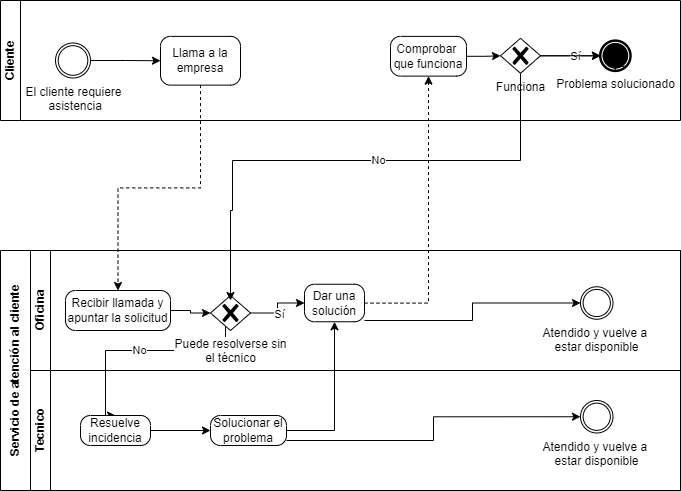
Before: BPMN/BPMN_AtencionAlCliente.drawio.png, a diagram exported from draw.io (luciarinconpozo/Cibercafe). Source tidied: cells renumbered, new cells last; positions are measured from the earlier drawing's top-left corner, leaving out a move shared by most shapes. Source of this version:
```xml
<mxGraphModel>
  <root>
    <mxCell id="0" />
    <mxCell id="1" parent="0" />
    <mxCell id="2" value="Cliente" style="swimlane;startSize=20;horizontal=0;html=1;whiteSpace=wrap;" parent="1" vertex="1">
      <mxGeometry width="680" height="120" as="geometry" />
    </mxCell>
    <mxCell id="3" value="El cliente requiere&lt;div&gt;&amp;nbsp;asistencia&lt;/div&gt;" style="points=[[0.145,0.145,0],[0.5,0,0],[0.855,0.145,0],[1,0.5,0],[0.855,0.855,0],[0.5,1,0],[0.145,0.855,0],[0,0.5,0]];shape=mxgraph.bpmn.event;html=1;verticalLabelPosition=bottom;labelBackgroundColor=#ffffff;verticalAlign=top;align=center;perimeter=ellipsePerimeter;outlineConnect=0;outline=throwing;symbol=general;" parent="2" vertex="1">
      <mxGeometry x="55" y="42.5" width="35" height="35" as="geometry" />
    </mxCell>
    <mxCell id="4" value="Llama a la empresa" style="points=[[0.25,0,0],[0.5,0,0],[0.75,0,0],[1,0.25,0],[1,0.5,0],[1,0.75,0],[0.75,1,0],[0.5,1,0],[0.25,1,0],[0,0.75,0],[0,0.5,0],[0,0.25,0]];shape=mxgraph.bpmn.task;whiteSpace=wrap;rectStyle=rounded;size=10;html=1;taskMarker=abstract;" parent="2" vertex="1">
      <mxGeometry x="160" y="35.9" width="80" height="48.8" as="geometry" />
    </mxCell>
    <mxCell id="5" style="edgeStyle=orthogonalEdgeStyle;rounded=0;jettySize=auto;html=1;entryX=0;entryY=0.5;entryDx=0;entryDy=0;entryPerimeter=0;" parent="2" edge="1" source="3" target="4">
      <mxGeometry relative="1" as="geometry" />
    </mxCell>
    <mxCell id="6" value="Comprobar&amp;nbsp; que funciona" style="points=[[0.25,0,0],[0.5,0,0],[0.75,0,0],[1,0.25,0],[1,0.5,0],[1,0.75,0],[0.75,1,0],[0.5,1,0],[0.25,1,0],[0,0.75,0],[0,0.5,0],[0,0.25,0]];shape=mxgraph.bpmn.task;whiteSpace=wrap;rectStyle=rounded;size=10;html=1;taskMarker=abstract;" parent="2" vertex="1">
      <mxGeometry x="390" y="35.9" width="76" height="39.7" as="geometry" />
    </mxCell>
    <mxCell id="7" style="edgeStyle=orthogonalEdgeStyle;rounded=0;jettySize=auto;html=1;" parent="2" edge="1" source="9" target="10">
      <mxGeometry relative="1" as="geometry" />
    </mxCell>
    <mxCell id="8" value="Sí" style="edgeLabel;html=1;align=center;verticalAlign=middle;" parent="7" vertex="1">
      <mxGeometry x="0.17" relative="1" as="geometry" />
    </mxCell>
    <mxCell id="9" value="Funciona" style="points=[[0.25,0.25,0],[0.5,0,0],[0.75,0.25,0],[1,0.5,0],[0.75,0.75,0],[0.5,1,0],[0.25,0.75,0],[0,0.5,0]];shape=mxgraph.bpmn.gateway2;html=1;verticalLabelPosition=bottom;labelBackgroundColor=#ffffff;verticalAlign=top;align=center;perimeter=rhombusPerimeter;outlineConnect=0;outline=none;symbol=none;gwType=exclusive;" parent="2" vertex="1">
      <mxGeometry x="500" y="37.8" width="40" height="35" as="geometry" />
    </mxCell>
    <mxCell id="10" value="Problema solucionado" style="points=[[0.145,0.145,0],[0.5,0,0],[0.855,0.145,0],[1,0.5,0],[0.855,0.855,0],[0.5,1,0],[0.145,0.855,0],[0,0.5,0]];shape=mxgraph.bpmn.event;html=1;verticalLabelPosition=bottom;labelBackgroundColor=#ffffff;verticalAlign=top;align=center;perimeter=ellipsePerimeter;outlineConnect=0;outline=end;symbol=terminate;" parent="2" vertex="1">
      <mxGeometry x="600" y="40.4" width="29.7" height="29.7" as="geometry" />
    </mxCell>
    <mxCell id="11" style="edgeStyle=orthogonalEdgeStyle;rounded=0;orthogonalLoop=1;jettySize=auto;html=1;exitX=0.855;exitY=0.855;exitDx=0;exitDy=0;exitPerimeter=0;entryX=0.5;entryY=1;entryDx=0;entryDy=0;entryPerimeter=0;" parent="2" edge="1" source="10" target="10">
      <mxGeometry relative="1" as="geometry" />
    </mxCell>
    <mxCell id="12" style="edgeStyle=orthogonalEdgeStyle;rounded=0;jettySize=auto;html=1;entryX=0;entryY=0.5;entryDx=0;entryDy=0;entryPerimeter=0;" parent="2" edge="1" source="9" target="10">
      <mxGeometry relative="1" as="geometry" />
    </mxCell>
    <mxCell id="13" style="edgeStyle=orthogonalEdgeStyle;rounded=0;jettySize=auto;html=1;entryX=0;entryY=0.5;entryDx=0;entryDy=0;entryPerimeter=0;" parent="2" edge="1" source="6" target="9">
      <mxGeometry relative="1" as="geometry" />
    </mxCell>
    <mxCell id="14" value="Servicio de atención al cliente" style="swimlane;html=1;horizontal=0;startSize=30;whiteSpace=wrap;" parent="1" vertex="1">
      <mxGeometry y="250" width="680" height="240" as="geometry" />
    </mxCell>
    <mxCell id="15" value="No" style="edgeStyle=orthogonalEdgeStyle;rounded=0;jettySize=auto;html=1;entryX=0.5;entryY=0;entryDx=0;entryDy=0;entryPerimeter=0;" parent="14" edge="1" source="18" target="26">
      <mxGeometry relative="1" as="geometry">
        <Array as="points">
          <mxPoint x="225" y="100" />
          <mxPoint x="105" y="100" />
        </Array>
      </mxGeometry>
    </mxCell>
    <mxCell id="16" value="Oficina" style="swimlane;html=1;startSize=20;horizontal=0;" parent="14" vertex="1">
      <mxGeometry x="30" width="650" height="120" as="geometry" />
    </mxCell>
    <mxCell id="17" value="Recibir llamada y apuntar la solicitud" style="points=[[0.25,0,0],[0.5,0,0],[0.75,0,0],[1,0.25,0],[1,0.5,0],[1,0.75,0],[0.75,1,0],[0.5,1,0],[0.25,1,0],[0,0.75,0],[0,0.5,0],[0,0.25,0]];shape=mxgraph.bpmn.task;whiteSpace=wrap;rectStyle=rounded;size=10;html=1;taskMarker=abstract;" parent="16" vertex="1">
      <mxGeometry x="35" y="40" width="105" height="40" as="geometry" />
    </mxCell>
    <mxCell id="18" value="Puede resolverse sin&lt;div&gt;el técnico&lt;/div&gt;" style="points=[[0.25,0.25,0],[0.5,0,0],[0.75,0.25,0],[1,0.5,0],[0.75,0.75,0],[0.5,1,0],[0.25,0.75,0],[0,0.5,0]];shape=mxgraph.bpmn.gateway2;html=1;verticalLabelPosition=bottom;labelBackgroundColor=#ffffff;verticalAlign=top;align=center;perimeter=rhombusPerimeter;outlineConnect=0;outline=none;symbol=none;gwType=exclusive;" parent="16" vertex="1">
      <mxGeometry x="180" y="45" width="40" height="35" as="geometry" />
    </mxCell>
    <mxCell id="19" style="edgeStyle=orthogonalEdgeStyle;rounded=0;jettySize=auto;html=1;exitX=1;exitY=0.5;exitDx=0;exitDy=0;exitPerimeter=0;entryX=0;entryY=0.5;entryDx=0;entryDy=0;entryPerimeter=0;" parent="16" edge="1" source="17" target="18">
      <mxGeometry relative="1" as="geometry" />
    </mxCell>
    <mxCell id="20" value="Dar una solución" style="points=[[0.25,0,0],[0.5,0,0],[0.75,0,0],[1,0.25,0],[1,0.5,0],[1,0.75,0],[0.75,1,0],[0.5,1,0],[0.25,1,0],[0,0.75,0],[0,0.5,0],[0,0.25,0]];shape=mxgraph.bpmn.task;whiteSpace=wrap;rectStyle=rounded;size=10;html=1;taskMarker=abstract;" parent="16" vertex="1">
      <mxGeometry x="274" y="33.8" width="60" height="37.5" as="geometry" />
    </mxCell>
    <mxCell id="21" style="edgeStyle=orthogonalEdgeStyle;rounded=0;jettySize=auto;html=1;entryX=0;entryY=0.5;entryDx=0;entryDy=0;entryPerimeter=0;" parent="16" edge="1" source="18" target="20">
      <mxGeometry relative="1" as="geometry" />
    </mxCell>
    <mxCell id="22" value="Sí" style="edgeLabel;html=1;align=center;verticalAlign=middle;" parent="21" vertex="1">
      <mxGeometry x="-0.14" y="-1" relative="1" as="geometry">
        <mxPoint y="1" as="offset" />
      </mxGeometry>
    </mxCell>
    <mxCell id="23" value="Atendido y vuelve a&amp;nbsp;&lt;div&gt;estar disponible&lt;/div&gt;" style="points=[[0.145,0.145,0],[0.5,0,0],[0.855,0.145,0],[1,0.5,0],[0.855,0.855,0],[0.5,1,0],[0.145,0.855,0],[0,0.5,0]];shape=mxgraph.bpmn.event;html=1;verticalLabelPosition=bottom;labelBackgroundColor=#ffffff;verticalAlign=top;align=center;perimeter=ellipsePerimeter;outlineConnect=0;outline=throwing;symbol=general;" parent="16" vertex="1">
      <mxGeometry x="550" y="36.2" width="32.5" height="32.5" as="geometry" />
    </mxCell>
    <mxCell id="24" style="edgeStyle=orthogonalEdgeStyle;rounded=0;jettySize=auto;html=1;entryX=0;entryY=0.5;entryDx=0;entryDy=0;entryPerimeter=0;" parent="16" edge="1" source="20" target="23">
      <mxGeometry relative="1" as="geometry">
        <Array as="points">
          <mxPoint x="442" y="70" />
          <mxPoint x="442" y="53" />
        </Array>
      </mxGeometry>
    </mxCell>
    <mxCell id="25" value="Tecnico" style="swimlane;html=1;startSize=20;horizontal=0;" parent="14" vertex="1">
      <mxGeometry x="30" y="120" width="650" height="120" as="geometry" />
    </mxCell>
    <mxCell id="26" value="Resuelve incidencia" style="points=[[0.25,0,0],[0.5,0,0],[0.75,0,0],[1,0.25,0],[1,0.5,0],[1,0.75,0],[0.75,1,0],[0.5,1,0],[0.25,1,0],[0,0.75,0],[0,0.5,0],[0,0.25,0]];shape=mxgraph.bpmn.task;whiteSpace=wrap;rectStyle=rounded;size=10;html=1;taskMarker=abstract;" parent="25" vertex="1">
      <mxGeometry x="50" y="45" width="70" height="30" as="geometry" />
    </mxCell>
    <mxCell id="27" value="Solucionar el problema" style="points=[[0.25,0,0],[0.5,0,0],[0.75,0,0],[1,0.25,0],[1,0.5,0],[1,0.75,0],[0.75,1,0],[0.5,1,0],[0.25,1,0],[0,0.75,0],[0,0.5,0],[0,0.25,0]];shape=mxgraph.bpmn.task;whiteSpace=wrap;rectStyle=rounded;size=10;html=1;taskMarker=abstract;" parent="25" vertex="1">
      <mxGeometry x="180" y="45" width="76" height="30" as="geometry" />
    </mxCell>
    <mxCell id="28" style="edgeStyle=orthogonalEdgeStyle;rounded=0;jettySize=auto;html=1;exitX=1;exitY=0.5;exitDx=0;exitDy=0;exitPerimeter=0;entryX=0;entryY=0.5;entryDx=0;entryDy=0;entryPerimeter=0;" parent="25" edge="1" source="26" target="27">
      <mxGeometry relative="1" as="geometry" />
    </mxCell>
    <mxCell id="29" value="Atendido y vuelve a&amp;nbsp;&lt;div&gt;estar disponible&lt;/div&gt;" style="points=[[0.145,0.145,0],[0.5,0,0],[0.855,0.145,0],[1,0.5,0],[0.855,0.855,0],[0.5,1,0],[0.145,0.855,0],[0,0.5,0]];shape=mxgraph.bpmn.event;html=1;verticalLabelPosition=bottom;labelBackgroundColor=#ffffff;verticalAlign=top;align=center;perimeter=ellipsePerimeter;outlineConnect=0;outline=throwing;symbol=general;" parent="25" vertex="1">
      <mxGeometry x="550" y="30" width="32.5" height="32.5" as="geometry" />
    </mxCell>
    <mxCell id="30" style="edgeStyle=orthogonalEdgeStyle;rounded=0;jettySize=auto;html=1;entryX=0;entryY=0.5;entryDx=0;entryDy=0;entryPerimeter=0;" parent="25" edge="1" source="27" target="29">
      <mxGeometry relative="1" as="geometry">
        <Array as="points">
          <mxPoint x="403" y="70" />
          <mxPoint x="403" y="46" />
        </Array>
      </mxGeometry>
    </mxCell>
    <mxCell id="31" style="edgeStyle=orthogonalEdgeStyle;rounded=0;jettySize=auto;html=1;entryX=0.5;entryY=1;entryDx=0;entryDy=0;entryPerimeter=0;" parent="14" edge="1" source="27" target="20">
      <mxGeometry relative="1" as="geometry" />
    </mxCell>
    <mxCell id="32" style="edgeStyle=orthogonalEdgeStyle;rounded=0;jettySize=auto;html=1;entryX=0.5;entryY=0;entryDx=0;entryDy=0;entryPerimeter=0;dashed=1;" parent="1" edge="1" source="4" target="17">
      <mxGeometry relative="1" as="geometry" />
    </mxCell>
    <mxCell id="33" style="edgeStyle=orthogonalEdgeStyle;rounded=0;jettySize=auto;html=1;entryX=0.5;entryY=1;entryDx=0;entryDy=0;entryPerimeter=0;dashed=1;" parent="1" edge="1" source="20" target="6">
      <mxGeometry relative="1" as="geometry" />
    </mxCell>
    <mxCell id="34" style="edgeStyle=orthogonalEdgeStyle;rounded=0;jettySize=auto;html=1;" parent="1" edge="1" source="9">
      <mxGeometry relative="1" as="geometry">
        <mxPoint x="230" y="300" as="targetPoint" />
        <Array as="points">
          <mxPoint x="520" y="160" />
          <mxPoint x="232" y="160" />
          <mxPoint x="232" y="210" />
          <mxPoint x="230" y="210" />
        </Array>
      </mxGeometry>
    </mxCell>
    <mxCell id="35" value="No" style="edgeLabel;html=1;align=center;verticalAlign=middle;" parent="34" vertex="1">
      <mxGeometry x="-0.11" y="-1" relative="1" as="geometry" />
    </mxCell>
  </root>
</mxGraphModel>
```
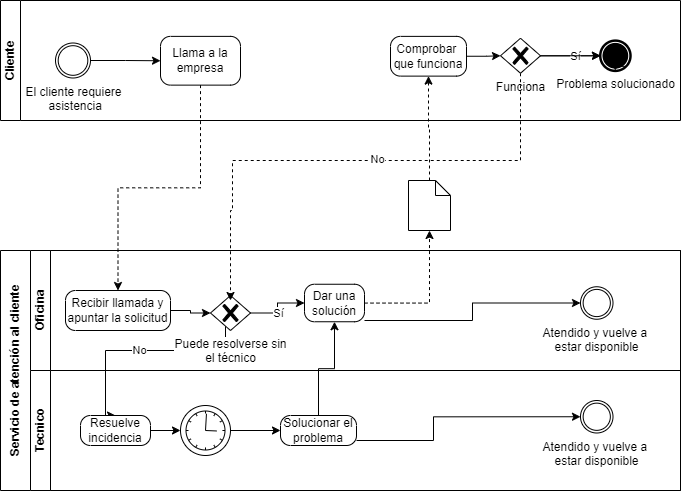
Later version of the same file.

The edit, as a diff of the source:
```diff
@@ -90,9 +90,9 @@
       <mxGeometry x="50" y="45" width="70" height="30" as="geometry" />
     </mxCell>
     <mxCell id="27" value="Solucionar el problema" style="points=[[0.25,0,0],[0.5,0,0],[0.75,0,0],[1,0.25,0],[1,0.5,0],[1,0.75,0],[0.75,1,0],[0.5,1,0],[0.25,1,0],[0,0.75,0],[0,0.5,0],[0,0.25,0]];shape=mxgraph.bpmn.task;whiteSpace=wrap;rectStyle=rounded;size=10;html=1;taskMarker=abstract;" parent="25" vertex="1">
-      <mxGeometry x="180" y="45" width="76" height="30" as="geometry" />
+      <mxGeometry x="250" y="45" width="76" height="30" as="geometry" />
     </mxCell>
-    <mxCell id="28" style="edgeStyle=orthogonalEdgeStyle;rounded=0;jettySize=auto;html=1;exitX=1;exitY=0.5;exitDx=0;exitDy=0;exitPerimeter=0;entryX=0;entryY=0.5;entryDx=0;entryDy=0;entryPerimeter=0;" parent="25" edge="1" source="26" target="27">
+    <mxCell id="28" style="edgeStyle=orthogonalEdgeStyle;rounded=0;jettySize=auto;html=1;exitX=1;exitY=0.5;exitDx=0;exitDy=0;exitPerimeter=0;entryX=0;entryY=0.5;entryDx=0;entryDy=0;entryPerimeter=0;" parent="25" edge="1" source="36" target="27">
       <mxGeometry relative="1" as="geometry" />
     </mxCell>
     <mxCell id="29" value="Atendido y vuelve a&amp;nbsp;&lt;div&gt;estar disponible&lt;/div&gt;" style="points=[[0.145,0.145,0],[0.5,0,0],[0.855,0.145,0],[1,0.5,0],[0.855,0.855,0],[0.5,1,0],[0.145,0.855,0],[0,0.5,0]];shape=mxgraph.bpmn.event;html=1;verticalLabelPosition=bottom;labelBackgroundColor=#ffffff;verticalAlign=top;align=center;perimeter=ellipsePerimeter;outlineConnect=0;outline=throwing;symbol=general;" parent="25" vertex="1">
@@ -106,16 +106,22 @@
         </Array>
       </mxGeometry>
     </mxCell>
+    <mxCell id="36" style="points=[[0.145,0.145,0],[0.5,0,0],[0.855,0.145,0],[1,0.5,0],[0.855,0.855,0],[0.5,1,0],[0.145,0.855,0],[0,0.5,0]];shape=mxgraph.bpmn.event;html=1;verticalLabelPosition=bottom;labelBackgroundColor=#ffffff;verticalAlign=top;align=center;perimeter=ellipsePerimeter;outlineConnect=0;outline=standard;symbol=timer;" parent="25" vertex="1">
+      <mxGeometry x="150" y="35" width="50" height="50" as="geometry" />
+    </mxCell>
+    <mxCell id="37" style="edgeStyle=orthogonalEdgeStyle;rounded=0;jettySize=auto;html=1;exitX=1;exitY=0.5;exitDx=0;exitDy=0;exitPerimeter=0;entryX=0;entryY=0.5;entryDx=0;entryDy=0;entryPerimeter=0;" parent="25" edge="1" source="26" target="36">
+      <mxGeometry relative="1" as="geometry" />
+    </mxCell>
     <mxCell id="31" style="edgeStyle=orthogonalEdgeStyle;rounded=0;jettySize=auto;html=1;entryX=0.5;entryY=1;entryDx=0;entryDy=0;entryPerimeter=0;" parent="14" edge="1" source="27" target="20">
       <mxGeometry relative="1" as="geometry" />
     </mxCell>
     <mxCell id="32" style="edgeStyle=orthogonalEdgeStyle;rounded=0;jettySize=auto;html=1;entryX=0.5;entryY=0;entryDx=0;entryDy=0;entryPerimeter=0;dashed=1;" parent="1" edge="1" source="4" target="17">
       <mxGeometry relative="1" as="geometry" />
     </mxCell>
-    <mxCell id="33" style="edgeStyle=orthogonalEdgeStyle;rounded=0;jettySize=auto;html=1;entryX=0.5;entryY=1;entryDx=0;entryDy=0;entryPerimeter=0;dashed=1;" parent="1" edge="1" source="20" target="6">
+    <mxCell id="33" style="edgeStyle=orthogonalEdgeStyle;rounded=0;jettySize=auto;html=1;entryX=0.5;entryY=1;entryDx=0;entryDy=0;entryPerimeter=0;dashed=1;" parent="1" edge="1" source="39" target="6">
       <mxGeometry relative="1" as="geometry" />
     </mxCell>
-    <mxCell id="34" style="edgeStyle=orthogonalEdgeStyle;rounded=0;jettySize=auto;html=1;" parent="1" edge="1" source="9">
+    <mxCell id="34" style="edgeStyle=orthogonalEdgeStyle;rounded=0;jettySize=auto;html=1;dashed=1;" parent="1" edge="1" source="9">
       <mxGeometry relative="1" as="geometry">
         <mxPoint x="230" y="300" as="targetPoint" />
         <Array as="points">
@@ -129,5 +135,11 @@
     <mxCell id="35" value="No" style="edgeLabel;html=1;align=center;verticalAlign=middle;" parent="34" vertex="1">
       <mxGeometry x="-0.11" y="-1" relative="1" as="geometry" />
     </mxCell>
+    <mxCell id="38" style="edgeStyle=orthogonalEdgeStyle;rounded=0;jettySize=auto;html=1;entryX=0.5;entryY=1;entryDx=0;entryDy=0;entryPerimeter=0;dashed=1;" parent="1" edge="1" source="20" target="39">
+      <mxGeometry relative="1" as="geometry" />
+    </mxCell>
+    <mxCell id="39" style="shape=mxgraph.bpmn.data;labelPosition=center;verticalLabelPosition=bottom;align=center;verticalAlign=top;size=15;html=1;" parent="1" vertex="1">
+      <mxGeometry x="408" y="180" width="42" height="50" as="geometry" />
+    </mxCell>
   </root>
 </mxGraphModel>
```
